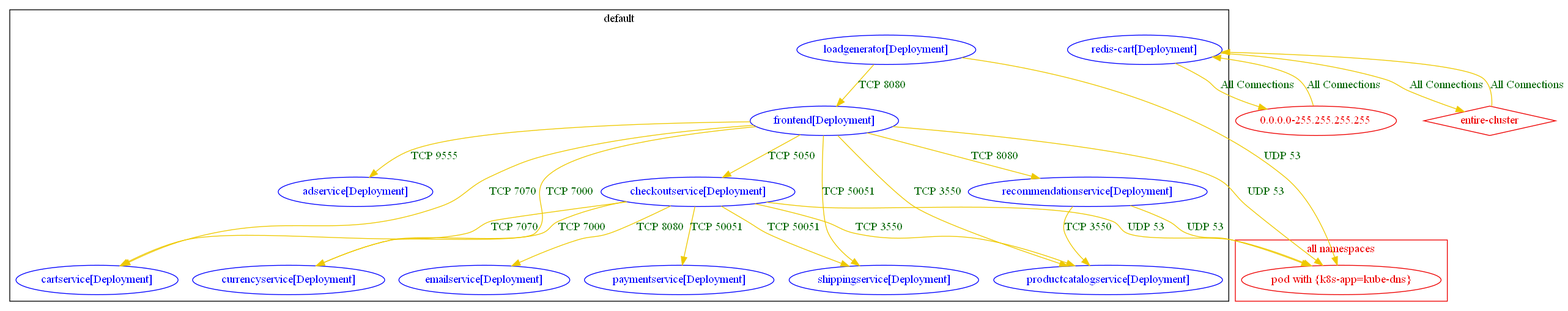
This is test_outputs/connlist/exposure_onlineboutique_workloads_connlist_output.dot.png from np-guard/netpol-analyzer, a Graphviz export, as it was before one commit. Its source is kept beside it as test_outputs/connlist/exposure_onlineboutique_workloads_connlist_output.dot.
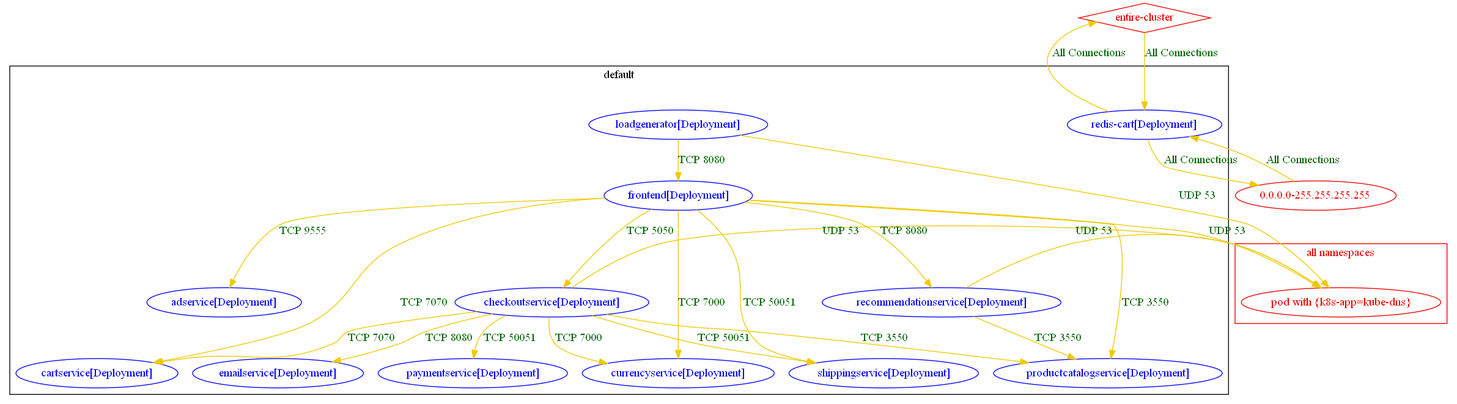
The same diagram one commit later.

Change to the diagram source:
```diff
@@ -31,7 +31,7 @@
 	"default/checkoutservice[Deployment]" -> "default/paymentservice[Deployment]" [label="TCP 50051" color="gold2" fontcolor="darkgreen"]
 	"default/checkoutservice[Deployment]" -> "default/productcatalogservice[Deployment]" [label="TCP 3550" color="gold2" fontcolor="darkgreen"]
 	"default/checkoutservice[Deployment]" -> "default/shippingservice[Deployment]" [label="TCP 50051" color="gold2" fontcolor="darkgreen"]
-	"default/checkoutservice[Deployment]" -> "pod with {k8s-app=kube-dns}_in_all namespaces" [label="UDP 53" color="gold2" fontcolor="darkgreen"]
+	"default/checkoutservice[Deployment]" -> "pod with {k8s-app=kube-dns}_in_all namespaces" [label="UDP 53" color="gold2" fontcolor="darkgreen" weight=0.5]
 	"default/frontend[Deployment]" -> "default/adservice[Deployment]" [label="TCP 9555" color="gold2" fontcolor="darkgreen"]
 	"default/frontend[Deployment]" -> "default/cartservice[Deployment]" [label="TCP 7070" color="gold2" fontcolor="darkgreen"]
 	"default/frontend[Deployment]" -> "default/checkoutservice[Deployment]" [label="TCP 5050" color="gold2" fontcolor="darkgreen"]
@@ -39,12 +39,12 @@
 	"default/frontend[Deployment]" -> "default/productcatalogservice[Deployment]" [label="TCP 3550" color="gold2" fontcolor="darkgreen"]
 	"default/frontend[Deployment]" -> "default/recommendationservice[Deployment]" [label="TCP 8080" color="gold2" fontcolor="darkgreen"]
 	"default/frontend[Deployment]" -> "default/shippingservice[Deployment]" [label="TCP 50051" color="gold2" fontcolor="darkgreen"]
-	"default/frontend[Deployment]" -> "pod with {k8s-app=kube-dns}_in_all namespaces" [label="UDP 53" color="gold2" fontcolor="darkgreen"]
+	"default/frontend[Deployment]" -> "pod with {k8s-app=kube-dns}_in_all namespaces" [label="UDP 53" color="gold2" fontcolor="darkgreen" weight=0.5]
 	"default/loadgenerator[Deployment]" -> "default/frontend[Deployment]" [label="TCP 8080" color="gold2" fontcolor="darkgreen"]
-	"default/loadgenerator[Deployment]" -> "pod with {k8s-app=kube-dns}_in_all namespaces" [label="UDP 53" color="gold2" fontcolor="darkgreen"]
+	"default/loadgenerator[Deployment]" -> "pod with {k8s-app=kube-dns}_in_all namespaces" [label="UDP 53" color="gold2" fontcolor="darkgreen" weight=0.5]
 	"default/recommendationservice[Deployment]" -> "default/productcatalogservice[Deployment]" [label="TCP 3550" color="gold2" fontcolor="darkgreen"]
-	"default/recommendationservice[Deployment]" -> "pod with {k8s-app=kube-dns}_in_all namespaces" [label="UDP 53" color="gold2" fontcolor="darkgreen"]
+	"default/recommendationservice[Deployment]" -> "pod with {k8s-app=kube-dns}_in_all namespaces" [label="UDP 53" color="gold2" fontcolor="darkgreen" weight=0.5]
 	"default/redis-cart[Deployment]" -> "0.0.0.0-255.255.255.255" [label="All Connections" color="gold2" fontcolor="darkgreen"]
-	"default/redis-cart[Deployment]" -> "entire-cluster" [label="All Connections" color="gold2" fontcolor="darkgreen"]
-	"entire-cluster" -> "default/redis-cart[Deployment]" [label="All Connections" color="gold2" fontcolor="darkgreen"]
+	"default/redis-cart[Deployment]" -> "entire-cluster" [label="All Connections" color="gold2" fontcolor="darkgreen" weight=0.5]
+	"entire-cluster" -> "default/redis-cart[Deployment]" [label="All Connections" color="gold2" fontcolor="darkgreen" weight=1]
 }
```
